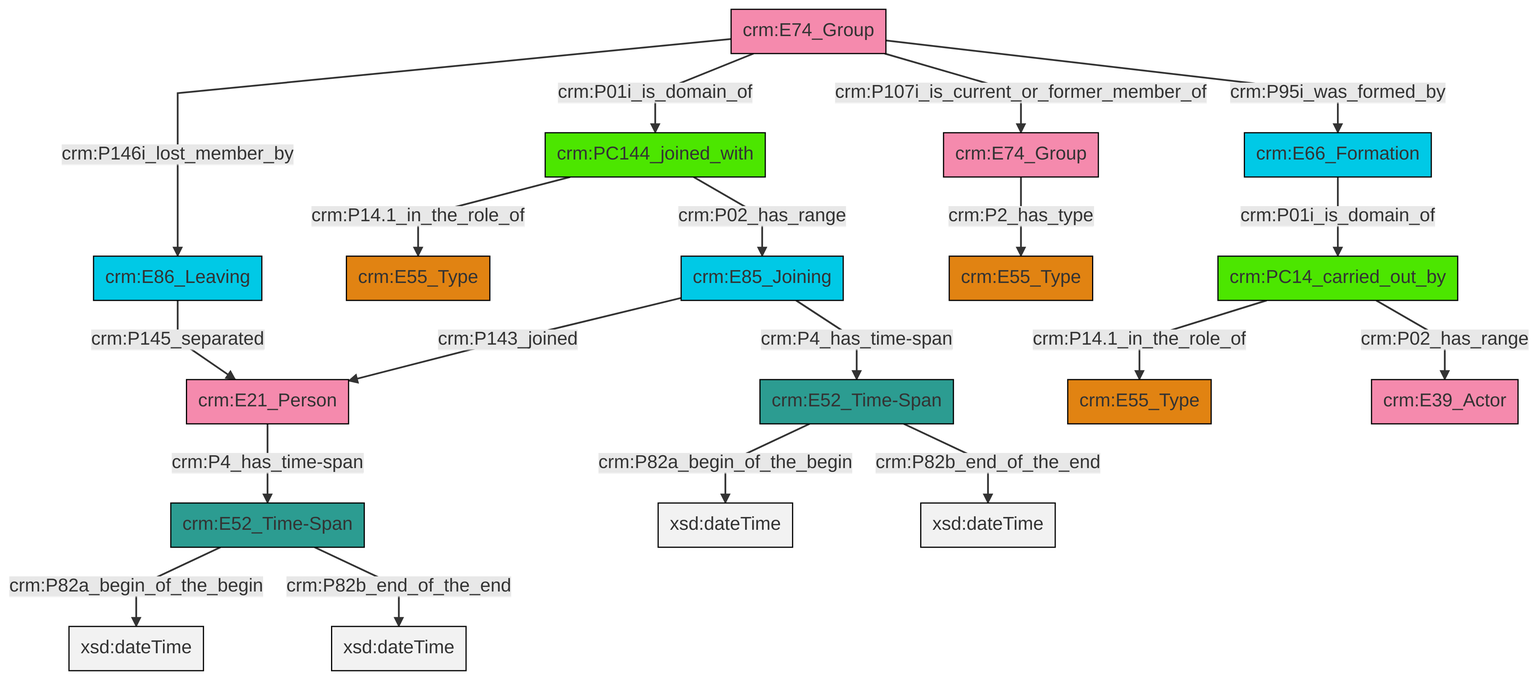
swiss-art-research-net/reference-data-models keeps this Mermaid diagram as et/groupCSV/ttl/mmd/png/group_actor_relations.png. Above is the earlier version. Its source is kept beside it as et/groupCSV/ttl/mmd/group_actor_relations.ttl.mmd.
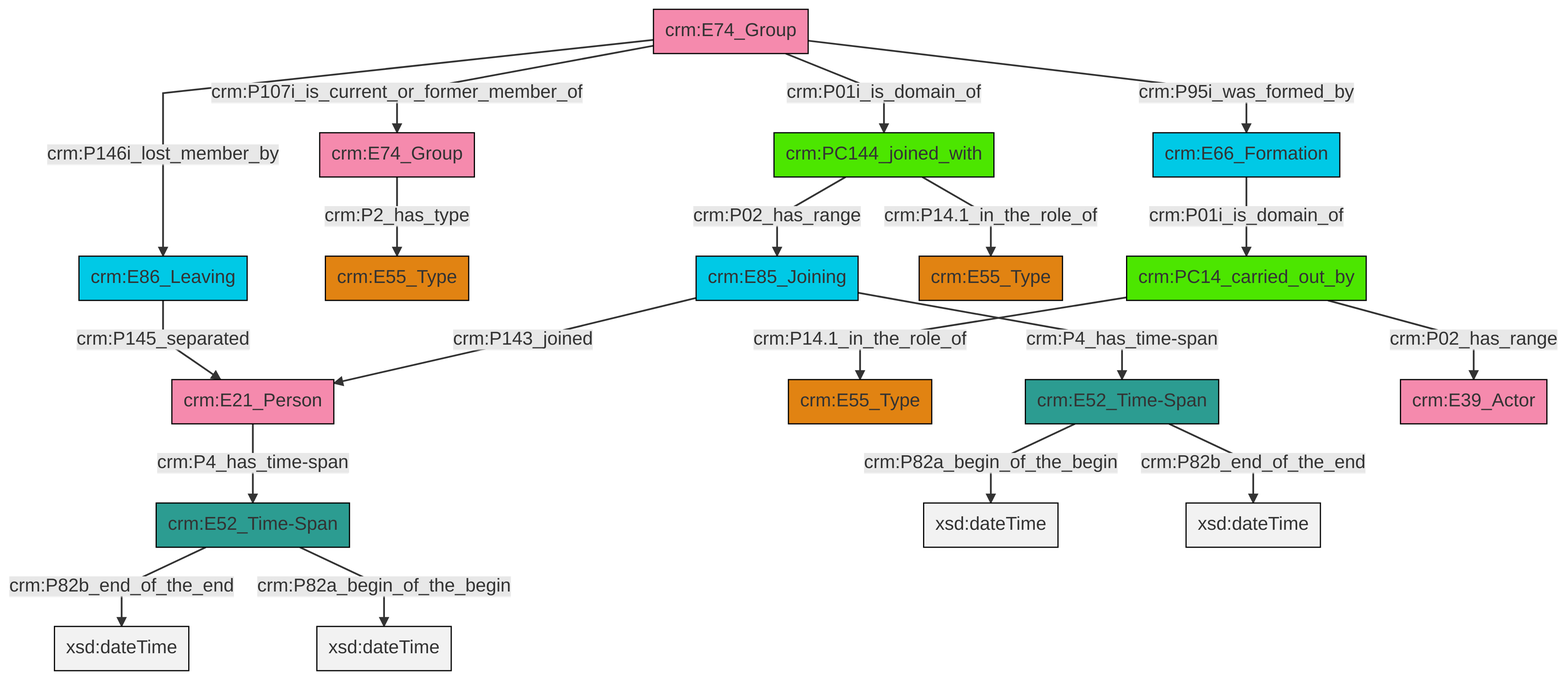
Above is the later version.

What changed in the source:
```diff
@@ -13,21 +13,21 @@
 classDef PC_Classes fill:#4ce600, stroke:#000000;
 classDef Multi fill:#cccccc,stroke:#000000;
 
-6["crm:E74_Group"]:::Actor -->|crm:P01i_is_domain_of| 7["crm:PC144_joined_with"]:::PC_Classes
-7["crm:PC144_joined_with"]:::PC_Classes -->|crm:P02_has_range| 4["crm:E85_Joining"]:::Temporal_Entity
-12["crm:E86_Leaving"]:::Temporal_Entity -->|crm:P145_separated| 14["crm:E21_Person"]:::Actor
-15["crm:E52_Time-Span"]:::Time-Span -->|crm:P82a_begin_of_the_begin| 16[xsd:dateTime]:::Literal
-4["crm:E85_Joining"]:::Temporal_Entity -->|crm:P143_joined| 14["crm:E21_Person"]:::Actor
-7["crm:PC144_joined_with"]:::PC_Classes -->|crm:P14.1_in_the_role_of| 10["crm:E55_Type"]:::Type
-0["crm:E66_Formation"]:::Temporal_Entity -->|crm:P01i_is_domain_of| 23["crm:PC14_carried_out_by"]:::PC_Classes
-15["crm:E52_Time-Span"]:::Time-Span -->|crm:P82b_end_of_the_end| 25[xsd:dateTime]:::Literal
-4["crm:E85_Joining"]:::Temporal_Entity -->|crm:P4_has_time-span| 2["crm:E52_Time-Span"]:::Time-Span
-23["crm:PC14_carried_out_by"]:::PC_Classes -->|crm:P02_has_range| 19["crm:E39_Actor"]:::Actor
-6["crm:E74_Group"]:::Actor -->|crm:P107i_is_current_or_former_member_of| 8["crm:E74_Group"]:::Actor
-2["crm:E52_Time-Span"]:::Time-Span -->|crm:P82a_begin_of_the_begin| 30[xsd:dateTime]:::Literal
-6["crm:E74_Group"]:::Actor -->|crm:P146i_lost_member_by| 12["crm:E86_Leaving"]:::Temporal_Entity
-8["crm:E74_Group"]:::Actor -->|crm:P2_has_type| 21["crm:E55_Type"]:::Type
-2["crm:E52_Time-Span"]:::Time-Span -->|crm:P82b_end_of_the_end| 33[xsd:dateTime]:::Literal
-6["crm:E74_Group"]:::Actor -->|crm:P95i_was_formed_by| 0["crm:E66_Formation"]:::Temporal_Entity
-14["crm:E21_Person"]:::Actor -->|crm:P4_has_time-span| 15["crm:E52_Time-Span"]:::Time-Span
-23["crm:PC14_carried_out_by"]:::PC_Classes -->|crm:P14.1_in_the_role_of| 17["crm:E55_Type"]:::Type
+2["crm:E74_Group"]:::Actor -->|crm:P01i_is_domain_of| 3["crm:PC144_joined_with"]:::PC_Classes
+2["crm:E74_Group"]:::Actor -->|crm:P107i_is_current_or_former_member_of| 4["crm:E74_Group"]:::Actor
+5["crm:E86_Leaving"]:::Temporal_Entity -->|crm:P145_separated| 0["crm:E21_Person"]:::Actor
+0["crm:E21_Person"]:::Actor -->|crm:P4_has_time-span| 8["crm:E52_Time-Span"]:::Time-Span
+9["crm:PC14_carried_out_by"]:::PC_Classes -->|crm:P14.1_in_the_role_of| 10["crm:E55_Type"]:::Type
+13["crm:E66_Formation"]:::Temporal_Entity -->|crm:P01i_is_domain_of| 9["crm:PC14_carried_out_by"]:::PC_Classes
+14["crm:E52_Time-Span"]:::Time-Span -->|crm:P82a_begin_of_the_begin| 15[xsd:dateTime]:::Literal
+8["crm:E52_Time-Span"]:::Time-Span -->|crm:P82b_end_of_the_end| 19[xsd:dateTime]:::Literal
+16["crm:E85_Joining"]:::Temporal_Entity -->|crm:P4_has_time-span| 14["crm:E52_Time-Span"]:::Time-Span
+16["crm:E85_Joining"]:::Temporal_Entity -->|crm:P143_joined| 0["crm:E21_Person"]:::Actor
+4["crm:E74_Group"]:::Actor -->|crm:P2_has_type| 6["crm:E55_Type"]:::Type
+2["crm:E74_Group"]:::Actor -->|crm:P95i_was_formed_by| 13["crm:E66_Formation"]:::Temporal_Entity
+2["crm:E74_Group"]:::Actor -->|crm:P146i_lost_member_by| 5["crm:E86_Leaving"]:::Temporal_Entity
+9["crm:PC14_carried_out_by"]:::PC_Classes -->|crm:P02_has_range| 21["crm:E39_Actor"]:::Actor
+8["crm:E52_Time-Span"]:::Time-Span -->|crm:P82a_begin_of_the_begin| 29[xsd:dateTime]:::Literal
+14["crm:E52_Time-Span"]:::Time-Span -->|crm:P82b_end_of_the_end| 32[xsd:dateTime]:::Literal
+3["crm:PC144_joined_with"]:::PC_Classes -->|crm:P02_has_range| 16["crm:E85_Joining"]:::Temporal_Entity
+3["crm:PC144_joined_with"]:::PC_Classes -->|crm:P14.1_in_the_role_of| 11["crm:E55_Type"]:::Type
```
